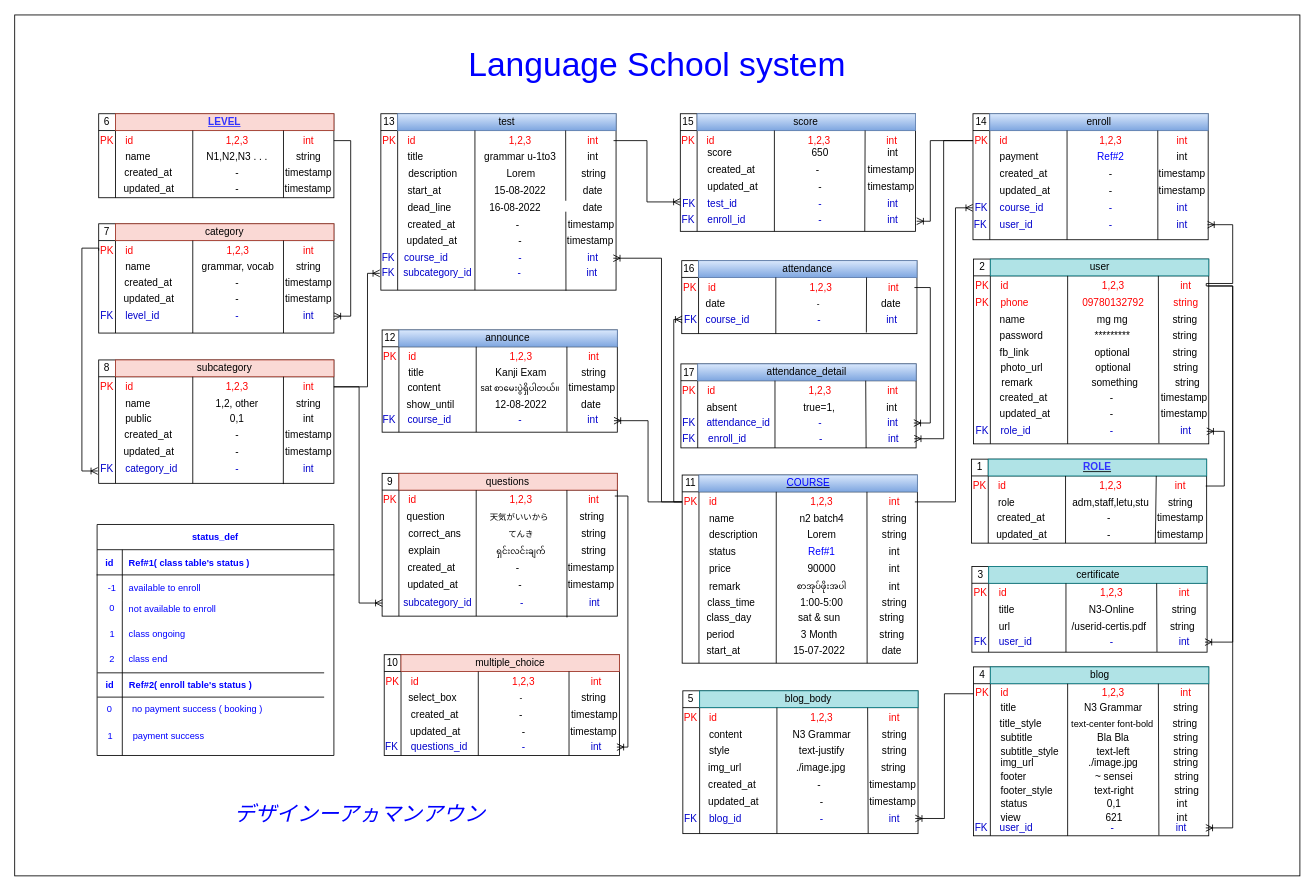
The draw.io diagram language_center.drawio in arkarMannAung/app.diagrams.net, before the edit. Source tidied: cells renumbered, new cells numbered last; positions are measured from the earlier drawing's top-left corner, leaving out a move shared by most shapes. Both pictures are drawn from the tidied source at 84%, with x=0, y=0 at pixel (14, 14).
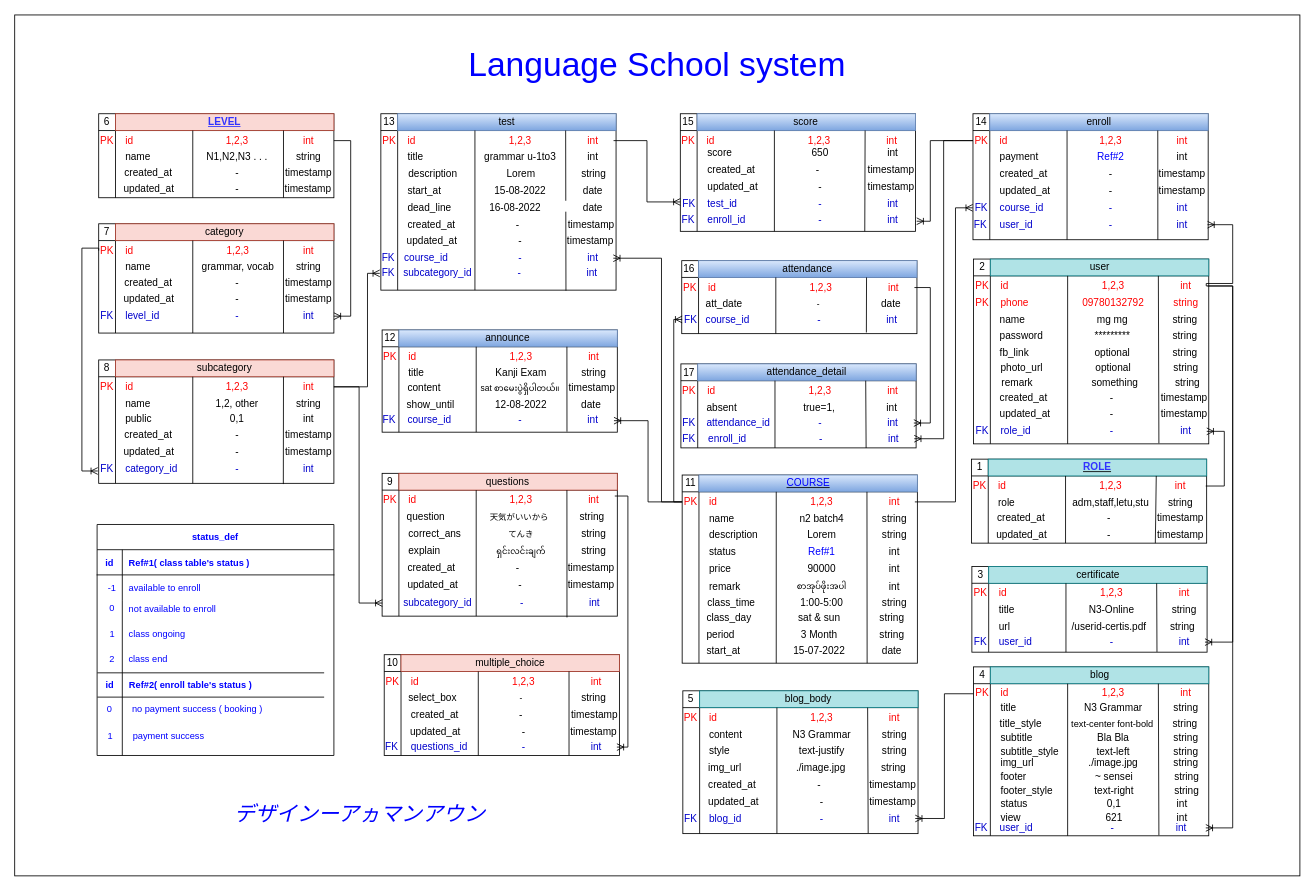
After the change.

Diff of the diagram source:
```diff
@@
-    <mxCell id="238" value="date" style="text;html=1;strokeColor=none;fillColor=none;align=left;verticalAlign=middle;whiteSpace=wrap;rounded=0;fontColor=#000000;" parent="1" vertex="1">
+    <mxCell id="238" value="att_date" style="text;html=1;strokeColor=none;fillColor=none;align=left;verticalAlign=middle;whiteSpace=wrap;rounded=0;fontColor=#000000;" parent="1" vertex="1">
       <mxGeometry x="821.4" y="334.8" width="90" height="20" as="geometry" />
     </mxCell>
```
